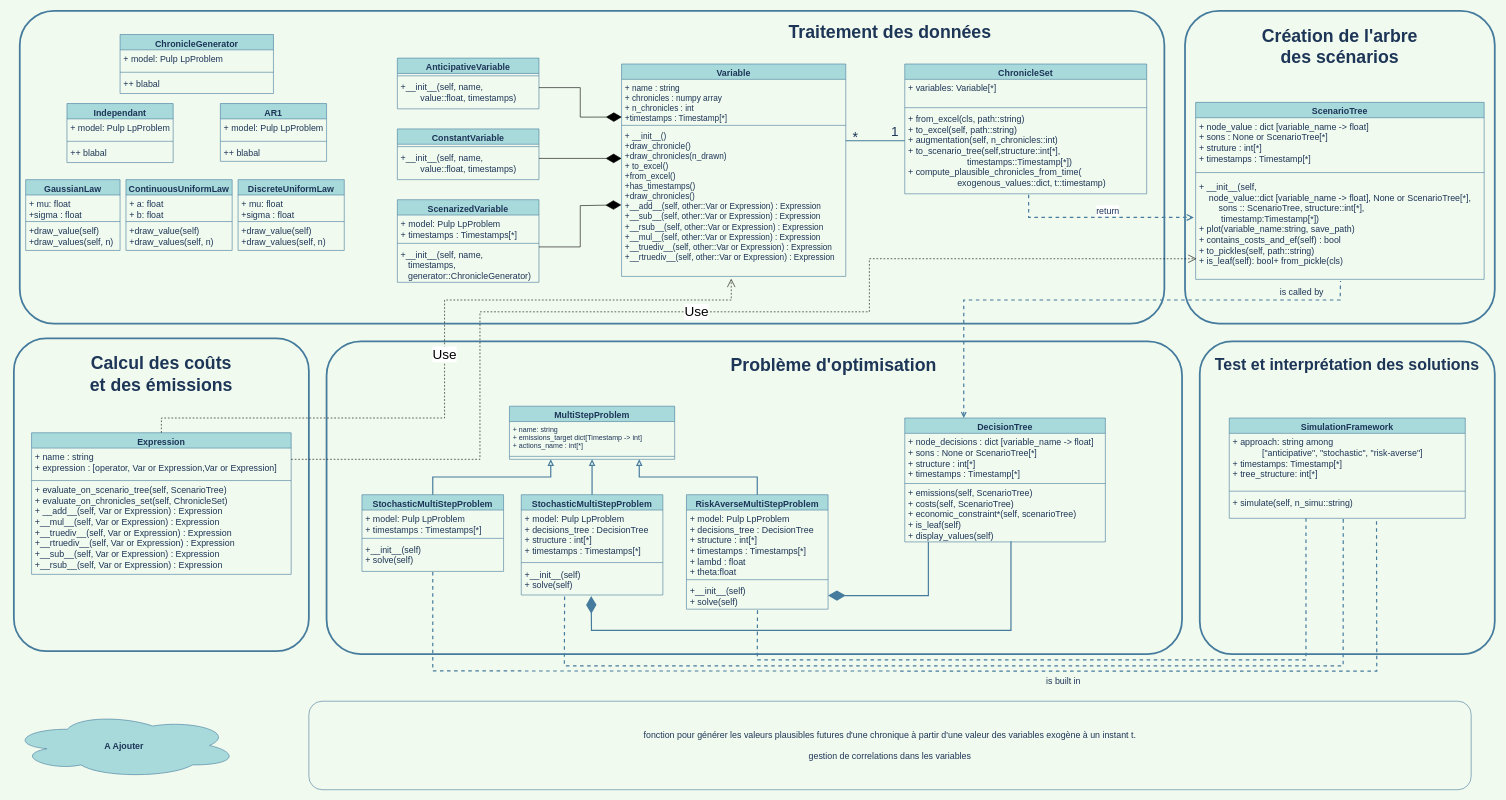
Before: diagramme_classes.drawio in Schlegen/drawio_schemes, a draw.io diagram. Source tidied: cells renumbered, new cells numbered last; positions are measured from the earlier drawing's top-left corner, leaving out a move shared by most shapes. Both pictures are drawn from the tidied source at 59%, with x=0, y=0 at pixel (10, 11).
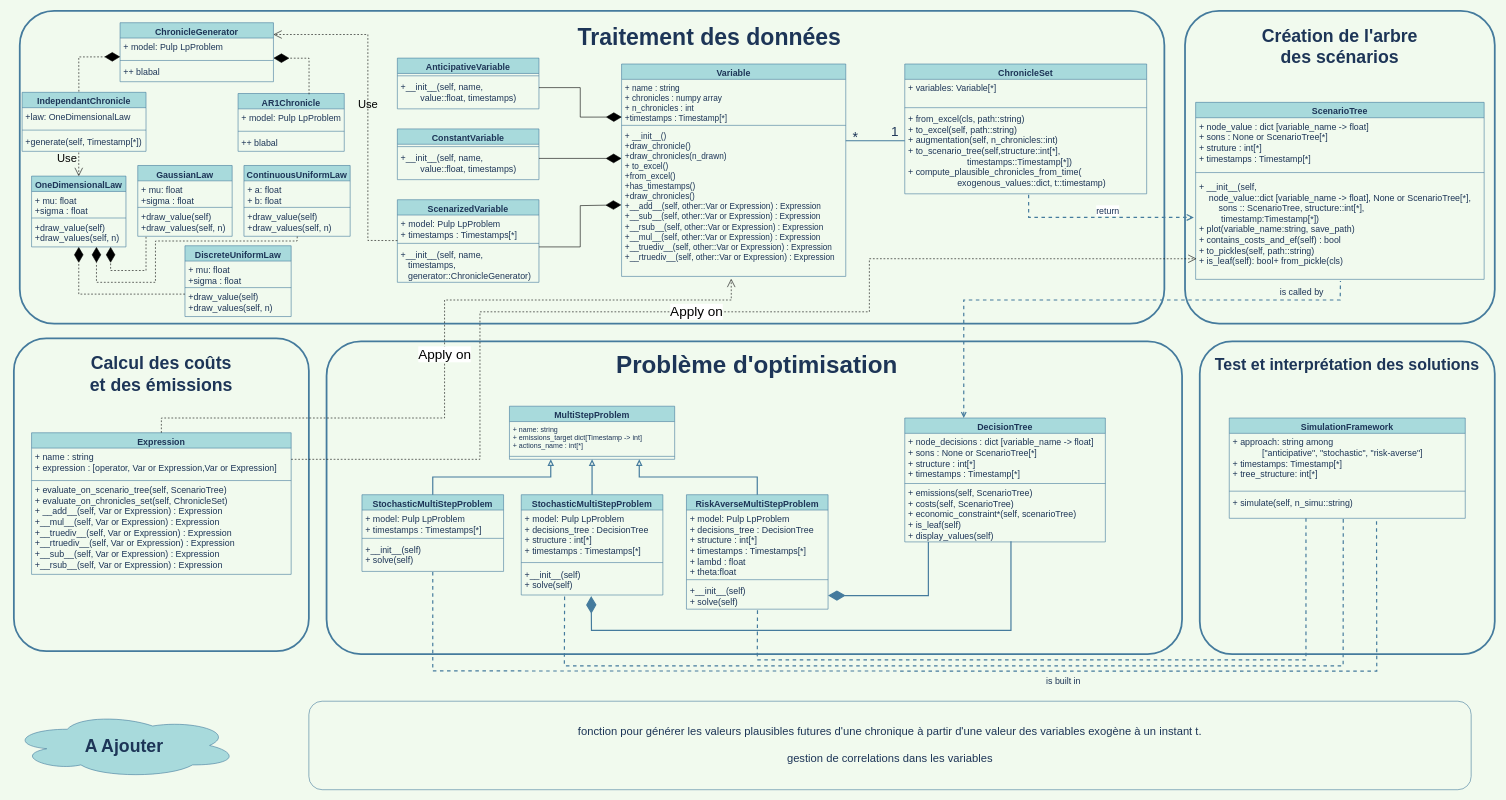
Above is the later version.

Commit message (it also covers changes not shown here):
Mettre à jour diagramme_classes.drawio

The change refers to these unchanged cells:
```xml
<mxCell id="8" value="+ __init__()&#10;+draw_chronicle()&#10;+draw_chronicles(n_drawn)&#10;+ to_excel()&#10;+from_excel()&#10;+has_timestamps()&#10;+draw_chronicles()&#10;+__add__(self, other::Var or Expression) : Expression&#10;+__sub__(self, other::Var or Expression) : Expression&#10;+__rsub__(self, other::Var or Expression) : Expression&#10;+__mul__(self, other::Var or Expression) : Expression&#10;+__truediv__(self, other::Var or Expression) : Expression&#10;+__rtruediv__(self, other::Var or Expression) : Expression&#10;" style="text;strokeColor=none;fillColor=none;align=left;verticalAlign=top;spacingLeft=4;spacingRight=4;overflow=hidden;points=[[0,0.5],[1,0.5]];portConstraint=eastwest;fontSize=14;fontColor=#1D3557;" parent="5" vertex="1">
  <mxGeometry y="108" width="380" height="252" as="geometry" />
</mxCell>
<mxCell id="12" value="+ __init__(self, &#10;    node_value::dict [variable_name -&gt; float], None or ScenarioTree[*],&#10;        sons :: ScenarioTree, structure::int[*],&#10;         timestamp:Timestamp[*])&#10;+ plot(variable_name:string, save_path)&#10;+ contains_costs_and_ef(self) : bool&#10;+ to_pickles(self, path::string)&#10;+ is_leaf(self): bool+ from_pickle(cls)&#10;" style="text;strokeColor=none;fillColor=none;align=left;verticalAlign=top;spacingLeft=4;spacingRight=4;overflow=hidden;points=[[0,0.5],[1,0.5]];portConstraint=eastwest;fontColor=#1D3557;fontSize=15;" parent="9" vertex="1">
  <mxGeometry y="128" width="489" height="172" as="geometry" />
</mxCell>
<mxCell id="13" value="Expression" style="swimlane;fontStyle=1;align=center;verticalAlign=top;horizontal=1;startSize=26;fillColor=#A8DADC;strokeColor=#457B9D;fontColor=#1D3557;fontSize=15;" parent="1" vertex="1">
  <mxGeometry x="36" y="715" width="440" height="240" as="geometry" />
</mxCell>
<mxCell id="84" value="+ model: Pulp LpProblem" style="text;strokeColor=none;fillColor=none;align=left;verticalAlign=top;spacingLeft=4;spacingRight=4;overflow=hidden;points=[[0,0.5],[1,0.5]];portConstraint=eastwest;fontColor=#1D3557;fontSize=15;" parent="83" vertex="1">
  <mxGeometry y="26" width="260" height="34" as="geometry" />
</mxCell>
<mxCell id="102" value="+draw_value(self)&#10;+draw_values(self, n)&#10;" style="text;strokeColor=none;fillColor=none;align=left;verticalAlign=top;spacingLeft=4;spacingRight=4;overflow=hidden;points=[[0,0.5],[1,0.5]];portConstraint=eastwest;fontColor=#1D3557;fontSize=15;" parent="99" vertex="1">
  <mxGeometry y="72" width="180" height="48" as="geometry" />
</mxCell>
```

What changed in the source:
```diff
@@
-    <mxCell id="2" value="&lt;div&gt;fonction pour générer les valeurs plausibles futures d'une chronique à partir d'une valeur des variables exogène à un instant t.&lt;/div&gt;&lt;div&gt;&lt;br&gt;&lt;/div&gt;&lt;div&gt;gestion de correlations dans les variables&lt;br&gt;&lt;/div&gt;" style="rounded=1;whiteSpace=wrap;html=1;strokeColor=#457B9D;fontSize=15;fontColor=#1D3557;fillColor=none;" parent="1" vertex="1">
+    <mxCell id="2" value="&lt;div style=&quot;font-size: 19px;&quot;&gt;&lt;font style=&quot;font-size: 19px;&quot;&gt;fonction pour générer les valeurs plausibles futures d'une chronique à partir d'une valeur des variables exogène à un instant t.&lt;/font&gt;&lt;/div&gt;&lt;div style=&quot;font-size: 19px;&quot;&gt;&lt;font style=&quot;font-size: 19px;&quot;&gt;&lt;br&gt;&lt;/font&gt;&lt;/div&gt;&lt;div style=&quot;font-size: 19px;&quot;&gt;&lt;font style=&quot;font-size: 19px;&quot;&gt;gestion de correlations dans les variables&lt;br&gt;&lt;/font&gt;&lt;/div&gt;" style="rounded=1;whiteSpace=wrap;html=1;strokeColor=#457B9D;fontSize=15;fontColor=#1D3557;fillColor=none;" parent="1" vertex="1">
       <mxGeometry x="506" y="1170" width="1970" height="150" as="geometry" />
     </mxCell>
@@
-    <mxCell id="44" value="&lt;b&gt;&lt;font style=&quot;font-size: 30px;&quot;&gt;Traitement des données&lt;/font&gt;&lt;/b&gt;" style="text;html=1;strokeColor=none;fillColor=none;align=center;verticalAlign=middle;whiteSpace=wrap;rounded=0;strokeWidth=3;fontColor=#1D3557;" parent="1" vertex="1">
-      <mxGeometry x="1246" y="20" width="490" height="30" as="geometry" />
+    <mxCell id="44" value="&lt;font style=&quot;font-size: 39px;&quot;&gt;&lt;b&gt;&lt;font style=&quot;font-size: 39px;&quot;&gt;Traitement des données&lt;/font&gt;&lt;/b&gt;&lt;/font&gt;" style="text;html=1;strokeColor=none;fillColor=none;align=center;verticalAlign=middle;whiteSpace=wrap;rounded=0;strokeWidth=3;fontColor=#1D3557;" parent="1" vertex="1">
+      <mxGeometry x="620" y="30" width="1130" height="30" as="geometry" />
     </mxCell>
@@
-    <mxCell id="49" value="&lt;div style=&quot;font-size: 30px;&quot;&gt;&lt;font style=&quot;font-size: 30px;&quot;&gt;&lt;b&gt;&lt;font style=&quot;font-size: 30px;&quot;&gt;Problème d'optimisation&lt;br&gt;&lt;/font&gt;&lt;/b&gt;&lt;/font&gt;&lt;/div&gt;" style="text;html=1;strokeColor=none;fillColor=none;align=center;verticalAlign=middle;whiteSpace=wrap;rounded=0;strokeWidth=3;fontColor=#1D3557;" parent="1" vertex="1">
-      <mxGeometry x="806" y="560" width="1178.5" height="80" as="geometry" />
+    <mxCell id="49" value="&lt;div style=&quot;font-size: 41px;&quot;&gt;&lt;font style=&quot;font-size: 41px;&quot;&gt;&lt;b&gt;&lt;font style=&quot;font-size: 41px;&quot;&gt;Problème d'optimisation&lt;br&gt;&lt;/font&gt;&lt;/b&gt;&lt;/font&gt;&lt;/div&gt;" style="text;html=1;strokeColor=none;fillColor=none;align=center;verticalAlign=middle;whiteSpace=wrap;rounded=0;strokeWidth=3;fontColor=#1D3557;" parent="1" vertex="1">
+      <mxGeometry x="546" y="560" width="1438.5" height="80" as="geometry" />
     </mxCell>
@@
-    <mxCell id="52" value="&lt;b&gt;A Ajouter&lt;/b&gt;" style="ellipse;shape=cloud;whiteSpace=wrap;html=1;strokeColor=#457B9D;fontSize=15;fontColor=#1D3557;fillColor=#A8DADC;" parent="1" vertex="1">
+    <mxCell id="52" value="&lt;font style=&quot;font-size: 30px;&quot;&gt;&lt;b&gt;A Ajouter&lt;/b&gt;&lt;/font&gt;" style="ellipse;shape=cloud;whiteSpace=wrap;html=1;strokeColor=#457B9D;fontSize=15;fontColor=#1D3557;fillColor=#A8DADC;" parent="1" vertex="1">
       <mxGeometry y="1190" width="386" height="110" as="geometry" />
     </mxCell>
@@
-    <mxCell id="81" value="Use" style="endArrow=open;endSize=12;dashed=1;html=1;rounded=0;fontSize=23;exitX=0.5;exitY=0;exitDx=0;exitDy=0;entryX=0.489;entryY=1.016;entryDx=0;entryDy=0;entryPerimeter=0;" parent="1" edge="1" source="13" target="8">
+    <mxCell id="81" value="Apply on" style="endArrow=open;endSize=12;dashed=1;html=1;rounded=0;fontSize=23;exitX=0.5;exitY=0;exitDx=0;exitDy=0;entryX=0.489;entryY=1.016;entryDx=0;entryDy=0;entryPerimeter=0;startFill=1;endFill=1;anchorPointDirection=1;" parent="1" edge="1" source="13" target="8">
       <mxGeometry relative="1" as="geometry">
         <Array as="points">
           <mxPoint x="256" y="690" />
           <mxPoint x="736" y="690" />
           <mxPoint x="736" y="490" />
           <mxPoint x="1222" y="490" />
         </Array>
       </mxGeometry>
     </mxCell>
-    <mxCell id="82" value="Use" style="endArrow=open;endSize=12;dashed=1;html=1;rounded=0;fontSize=23;entryX=0.003;entryY=0.797;entryDx=0;entryDy=0;entryPerimeter=0;" parent="1" edge="1" target="12">
+    <mxCell id="82" value="Apply on" style="endArrow=open;endSize=12;dashed=1;html=1;rounded=0;fontSize=23;entryX=0.003;entryY=0.797;entryDx=0;entryDy=0;entryPerimeter=0;" parent="1" edge="1" target="12">
       <mxGeometry relative="1" as="geometry">
         <mxPoint x="476" y="760" as="sourcePoint" />
         <Array as="points">
           <mxPoint x="796" y="760" />
           <mxPoint x="796" y="510" />
           <mxPoint x="1456" y="510" />
           <mxPoint x="1456" y="420" />
         </Array>
       </mxGeometry>
     </mxCell>
     <mxCell id="83" value="ChronicleGenerator" style="swimlane;fontStyle=1;align=center;verticalAlign=top;horizontal=1;startSize=26;fillColor=#A8DADC;strokeColor=#457B9D;fontColor=#1D3557;fontSize=15;" parent="1" vertex="1">
-      <mxGeometry x="186" y="40" width="260" height="100" as="geometry" />
+      <mxGeometry x="186" y="20" width="260" height="100" as="geometry" />
     </mxCell>
@@
-    <mxCell id="87" value="AR1" style="swimlane;fontStyle=1;align=center;verticalAlign=top;horizontal=1;startSize=26;fillColor=#A8DADC;strokeColor=#457B9D;fontColor=#1D3557;fontSize=15;" parent="1" vertex="1">
-      <mxGeometry x="356" y="157" width="180" height="98" as="geometry" />
+    <mxCell id="87" value="AR1Chronicle" style="swimlane;fontStyle=1;align=center;verticalAlign=top;horizontal=1;startSize=26;fillColor=#A8DADC;strokeColor=#457B9D;fontColor=#1D3557;fontSize=15;" parent="1" vertex="1">
+      <mxGeometry x="386" y="140" width="180" height="98" as="geometry" />
     </mxCell>
@@
-    <mxCell id="91" value="Independant" style="swimlane;fontStyle=1;align=center;verticalAlign=top;horizontal=1;startSize=26;fillColor=#A8DADC;strokeColor=#457B9D;fontColor=#1D3557;fontSize=15;" parent="1" vertex="1">
-      <mxGeometry x="96" y="157" width="180" height="100" as="geometry" />
+    <mxCell id="91" value="IndependantChronicle" style="swimlane;fontStyle=1;align=center;verticalAlign=top;horizontal=1;startSize=26;fillColor=#A8DADC;strokeColor=#457B9D;fontColor=#1D3557;fontSize=15;" parent="1" vertex="1">
+      <mxGeometry x="20" y="138" width="210" height="100" as="geometry" />
     </mxCell>
-    <mxCell id="92" value="+ model: Pulp LpProblem" style="text;strokeColor=none;fillColor=none;align=left;verticalAlign=top;spacingLeft=4;spacingRight=4;overflow=hidden;fontColor=#1D3557;fontSize=15;" parent="91" vertex="1">
-      <mxGeometry y="26" width="180" height="34" as="geometry" />
+    <mxCell id="92" value="+law: OneDimensionalLaw" style="text;strokeColor=none;fillColor=none;align=left;verticalAlign=top;spacingLeft=4;spacingRight=4;overflow=hidden;fontColor=#1D3557;fontSize=15;" parent="91" vertex="1">
+      <mxGeometry y="26" width="210" height="34" as="geometry" />
     </mxCell>
     <mxCell id="93" style="line;strokeWidth=1;fillColor=none;align=left;verticalAlign=middle;spacingTop=-1;spacingLeft=3;spacingRight=3;labelPosition=right;strokeColor=#457B9D;fontColor=#1D3557;labelBackgroundColor=#F1FAEE;" parent="91" vertex="1">
-      <mxGeometry y="60" width="180" height="8" as="geometry" />
+      <mxGeometry y="60" width="210" height="8" as="geometry" />
     </mxCell>
-    <mxCell id="94" value="++ blabal" style="text;strokeColor=none;fillColor=none;align=left;verticalAlign=top;spacingLeft=4;spacingRight=4;overflow=hidden;fontColor=#1D3557;fontSize=15;" parent="91" vertex="1">
-      <mxGeometry y="68" width="180" height="32" as="geometry" />
+    <mxCell id="94" value="+generate(self, Timestamp[*])" style="text;strokeColor=none;fillColor=none;align=left;verticalAlign=top;spacingLeft=4;spacingRight=4;overflow=hidden;fontColor=#1D3557;fontSize=15;" parent="91" vertex="1">
+      <mxGeometry y="68" width="210" height="32" as="geometry" />
     </mxCell>
     <mxCell id="95" value="GaussianLaw" style="swimlane;fontStyle=1;align=center;verticalAlign=top;horizontal=1;startSize=26;fillColor=#A8DADC;strokeColor=#457B9D;fontColor=#1D3557;fontSize=15;" parent="1" vertex="1">
-      <mxGeometry x="26" y="286" width="160" height="120" as="geometry" />
+      <mxGeometry x="216" y="262" width="160" height="120" as="geometry" />
     </mxCell>
@@
     <mxCell id="99" value="ContinuousUniformLaw" style="swimlane;fontStyle=1;align=center;verticalAlign=top;horizontal=1;startSize=26;fillColor=#A8DADC;strokeColor=#457B9D;fontColor=#1D3557;fontSize=15;" parent="1" vertex="1">
-      <mxGeometry x="196" y="286" width="180" height="120" as="geometry" />
+      <mxGeometry x="396" y="262" width="180" height="120" as="geometry" />
     </mxCell>
@@
     <mxCell id="103" value="DiscreteUniformLaw" style="swimlane;fontStyle=1;align=center;verticalAlign=top;horizontal=1;startSize=26;fillColor=#A8DADC;strokeColor=#457B9D;fontColor=#1D3557;fontSize=15;" parent="1" vertex="1">
-      <mxGeometry x="386" y="286" width="180" height="120" as="geometry" />
+      <mxGeometry x="296" y="398" width="180" height="120" as="geometry" />
     </mxCell>
@@
+    <mxCell id="107" style="endArrow=diamondThin;endFill=1;endSize=24;html=1;rounded=0;dashed=1;labelBackgroundColor=none;fontSize=9;entryX=0.001;entryY=0.936;entryDx=0;entryDy=0;entryPerimeter=0;exitX=0.458;exitY=-0.012;exitDx=0;exitDy=0;exitPerimeter=0;" parent="1" edge="1" source="91" target="84">
+      <mxGeometry relative="1" as="geometry">
+        <Array as="points">
+          <mxPoint x="116" y="78" />
+        </Array>
+      </mxGeometry>
+    </mxCell>
+    <mxCell id="108" style="endArrow=diamondThin;endFill=1;endSize=24;html=1;rounded=0;dashed=1;labelBackgroundColor=none;fontSize=9;entryX=0.001;entryY=0.936;entryDx=0;entryDy=0;entryPerimeter=0;" parent="1" edge="1">
+      <mxGeometry relative="1" as="geometry">
+        <mxPoint x="506.3" y="141.4" as="sourcePoint" />
+        <mxPoint x="446" y="80" as="targetPoint" />
+        <Array as="points">
+          <mxPoint x="506.3" y="80.2" />
+        </Array>
+      </mxGeometry>
+    </mxCell>
+    <mxCell id="109" value="Use" style="endArrow=open;endSize=12;dashed=1;html=1;rounded=0;labelBackgroundColor=none;fontSize=19;" parent="1" edge="1">
+      <mxGeometry relative="1" as="geometry">
+        <mxPoint x="656" y="389.3" as="sourcePoint" />
+        <mxPoint x="446" y="40" as="targetPoint" />
+        <Array as="points">
+          <mxPoint x="606" y="389" />
+          <mxPoint x="606" y="40" />
+        </Array>
+      </mxGeometry>
+    </mxCell>
+    <mxCell id="110" value="OneDimensionalLaw" style="swimlane;fontStyle=1;align=center;verticalAlign=top;horizontal=1;startSize=26;fillColor=#A8DADC;strokeColor=#457B9D;fontColor=#1D3557;fontSize=15;" parent="1" vertex="1">
+      <mxGeometry x="36" y="280" width="160" height="120" as="geometry" />
+    </mxCell>
+    <mxCell id="111" value="+ mu: float&#10;+sigma : float&#10;" style="text;strokeColor=none;fillColor=none;align=left;verticalAlign=top;spacingLeft=4;spacingRight=4;overflow=hidden;fontColor=#1D3557;fontSize=15;" parent="110" vertex="1">
+      <mxGeometry y="26" width="160" height="44" as="geometry" />
+    </mxCell>
+    <mxCell id="112" style="line;strokeWidth=1;fillColor=none;align=left;verticalAlign=middle;spacingTop=-1;spacingLeft=3;spacingRight=3;labelPosition=right;strokeColor=#457B9D;fontColor=#1D3557;labelBackgroundColor=#F1FAEE;" parent="110" vertex="1">
+      <mxGeometry y="70" width="160" height="2" as="geometry" />
+    </mxCell>
+    <mxCell id="113" value="+draw_value(self)&#10;+draw_values(self, n)&#10;" style="text;strokeColor=none;fillColor=none;align=left;verticalAlign=top;spacingLeft=4;spacingRight=4;overflow=hidden;points=[[0,0.5],[1,0.5]];portConstraint=eastwest;fontColor=#1D3557;fontSize=15;" parent="110" vertex="1">
+      <mxGeometry y="72" width="160" height="48" as="geometry" />
+    </mxCell>
+    <mxCell id="114" value="Use" style="endArrow=open;endSize=12;dashed=1;html=1;rounded=0;labelBackgroundColor=none;fontSize=19;entryX=0.5;entryY=0;entryDx=0;entryDy=0;" parent="1" edge="1" target="110">
+      <mxGeometry x="-0.5" y="-20" relative="1" as="geometry">
+        <mxPoint x="116" y="240" as="sourcePoint" />
+      </mxGeometry>
+    </mxCell>
+    <mxCell id="115" style="endArrow=diamondThin;endFill=1;endSize=24;html=1;rounded=0;dashed=1;labelBackgroundColor=none;fontSize=19;entryX=0.5;entryY=1;entryDx=0;entryDy=0;entryPerimeter=0;" parent="1" edge="1" target="113">
+      <mxGeometry relative="1" as="geometry">
+        <mxPoint x="296" y="480" as="sourcePoint" />
+        <Array as="points">
+          <mxPoint x="116" y="480" />
+        </Array>
+      </mxGeometry>
+    </mxCell>
+    <mxCell id="116" style="endArrow=diamondThin;endFill=1;endSize=24;html=1;rounded=0;dashed=1;labelBackgroundColor=none;fontSize=19;entryX=0.5;entryY=1;entryDx=0;entryDy=0;entryPerimeter=0;exitX=0.502;exitY=1.009;exitDx=0;exitDy=0;exitPerimeter=0;" parent="1" edge="1" source="102">
+      <mxGeometry relative="1" as="geometry">
+        <mxPoint x="146" y="400" as="targetPoint" />
+        <Array as="points">
+          <mxPoint x="486" y="390" />
+          <mxPoint x="246" y="390" />
+          <mxPoint x="246" y="460" />
+          <mxPoint x="146" y="460" />
+        </Array>
+      </mxGeometry>
+    </mxCell>
+    <mxCell id="117" style="endArrow=diamondThin;endFill=1;endSize=24;html=1;rounded=0;dashed=1;labelBackgroundColor=none;fontSize=19;" parent="1" edge="1">
+      <mxGeometry relative="1" as="geometry">
+        <mxPoint x="230" y="383" as="sourcePoint" />
+        <mxPoint x="170" y="400" as="targetPoint" />
+        <Array as="points">
+          <mxPoint x="230" y="440" />
+          <mxPoint x="170" y="440" />
+        </Array>
+      </mxGeometry>
+    </mxCell>
```
